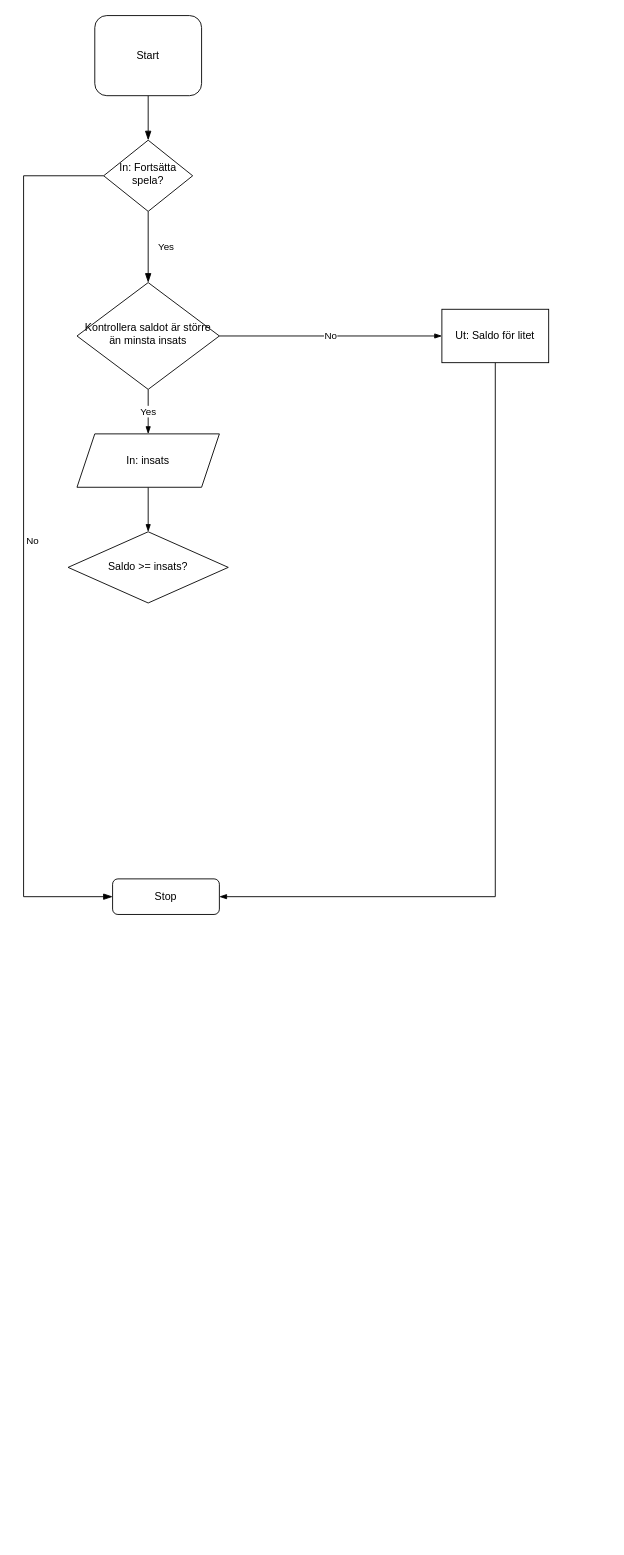
RogerJohanssonITHS/Grunderna-Cpp keeps this draw.io diagram as Inluppgifter/Roulette/Flowchart_inl1.drawio. Above is the earlier version. Source tidied: cells renumbered, new cells numbered last; positions are measured from the earlier drawing's top-left corner, leaving out a move shared by most shapes. Both pictures are drawn from the tidied source at 89%, with x=0, y=0 at pixel (23, 15).
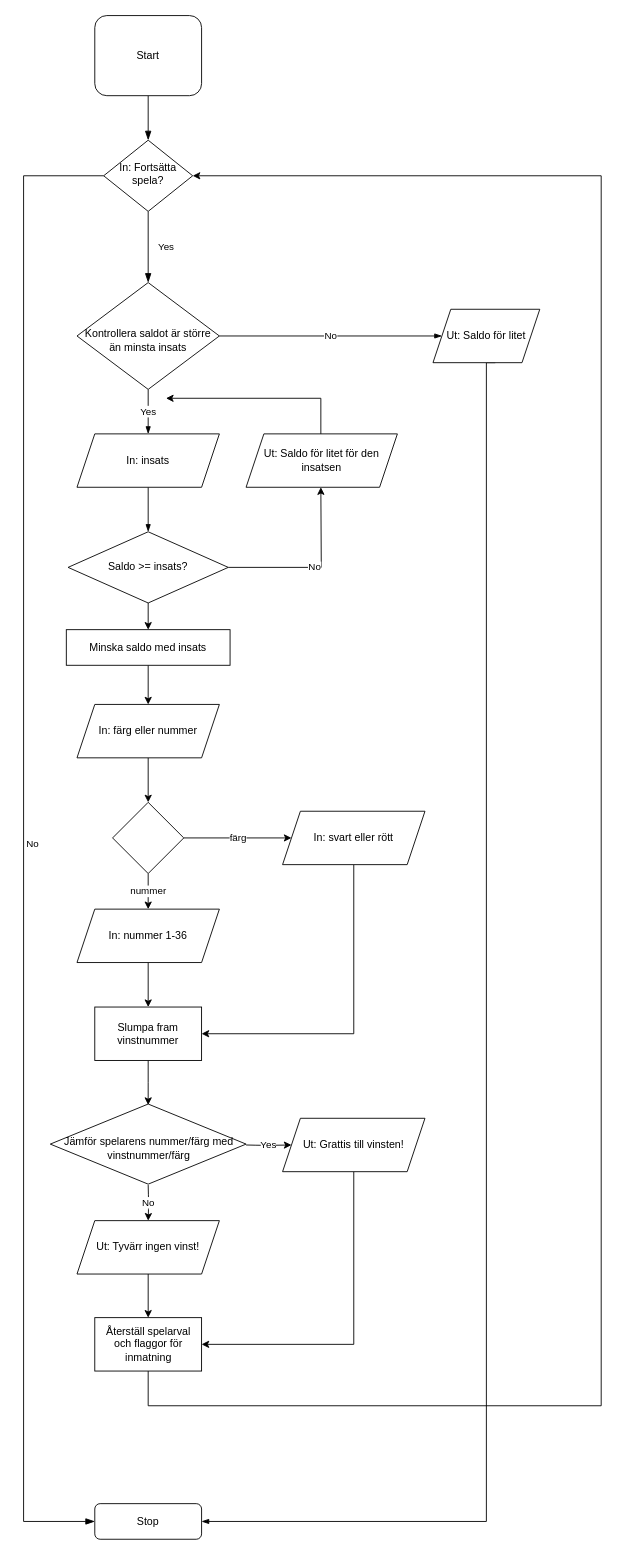
Above is the later version.

Unchanged cells that the change refers to:
```xml
<mxCell id="6" value="In: Fortsätta spela?" style="rhombus;whiteSpace=wrap;html=1;shadow=0;fontFamily=Helvetica;fontSize=12;align=center;strokeWidth=1;spacing=6;spacingTop=-4;" parent="1" vertex="1">
  <mxGeometry x="90" y="140" width="100" height="80" as="geometry" />
</mxCell>
<mxCell id="15" value="&lt;span&gt;Saldo &amp;gt;= insats?&lt;/span&gt;" style="rhombus;whiteSpace=wrap;html=1;" parent="1" vertex="1">
  <mxGeometry x="50" y="580" width="180" height="80" as="geometry" />
</mxCell>
```

Diff of the diagram source:
```diff
@@
     <mxCell id="5" value="No" style="edgeStyle=orthogonalEdgeStyle;rounded=0;html=1;jettySize=auto;fontSize=11;endArrow=blockThin;endFill=1;endSize=8;strokeWidth=1;shadow=0;labelBackgroundColor=none;exitX=0;exitY=0.5;exitDx=0;exitDy=0;entryX=0;entryY=0.5;entryDx=0;entryDy=0;" parent="1" edge="1" source="6" target="10">
       <mxGeometry y="10" relative="1" as="geometry">
         <Array as="points">
           <mxPoint y="180" />
-          <mxPoint y="990" />
+          <mxPoint y="1692" />
         </Array>
       </mxGeometry>
     </mxCell>
@@
-    <mxCell id="7" value="No" style="edgeStyle=orthogonalEdgeStyle;rounded=0;jettySize=auto;html=1;exitX=1;exitY=0.5;exitDx=0;exitDy=0;entryX=0;entryY=0.5;entryDx=0;entryDy=0;endArrow=blockThin;endFill=1;" parent="1" edge="1" source="9" target="12">
-      <mxGeometry relative="1" as="geometry" />
+    <mxCell id="7" value="No" style="edgeStyle=orthogonalEdgeStyle;rounded=0;jettySize=auto;html=1;exitX=1;exitY=0.5;exitDx=0;exitDy=0;entryX=0;entryY=0.5;entryDx=0;entryDy=0;endArrow=blockThin;endFill=1;" parent="1" edge="1" source="9">
+      <mxGeometry relative="1" as="geometry">
+        <mxPoint x="470" y="360" as="targetPoint" />
+      </mxGeometry>
     </mxCell>
@@
-    <mxCell id="9" value="Kontrollera saldot är större än minsta insats" style="rhombus;whiteSpace=wrap;html=1;shadow=0;fontFamily=Helvetica;fontSize=12;align=center;strokeWidth=1;spacing=6;spacingTop=-4;" parent="1" vertex="1">
+    <mxCell id="9" value="Kontrollera saldot är större än minsta insats" style="rhombus;whiteSpace=wrap;html=1;shadow=0;fontFamily=Helvetica;fontSize=12;align=center;strokeWidth=1;spacing=6;spacingTop=10;" parent="1" vertex="1">
       <mxGeometry x="60" y="300" width="160" height="120" as="geometry" />
     </mxCell>
     <mxCell id="10" value="Stop" style="rounded=1;whiteSpace=wrap;html=1;fontSize=12;glass=0;strokeWidth=1;shadow=0;" parent="1" vertex="1">
-      <mxGeometry x="100" y="970" width="120" height="40" as="geometry" />
+      <mxGeometry x="80" y="1672" width="120" height="40" as="geometry" />
     </mxCell>
-    <mxCell id="11" style="edgeStyle=orthogonalEdgeStyle;rounded=0;jettySize=auto;html=1;entryX=1;entryY=0.5;entryDx=0;entryDy=0;endArrow=blockThin;endFill=1;" parent="1" edge="1" source="12" target="10">
+    <mxCell id="11" style="edgeStyle=orthogonalEdgeStyle;rounded=0;jettySize=auto;html=1;entryX=1;entryY=0.5;entryDx=0;entryDy=0;endArrow=blockThin;endFill=1;" parent="1" edge="1" target="10">
       <mxGeometry relative="1" as="geometry">
+        <mxPoint x="530" y="390" as="sourcePoint" />
         <Array as="points">
-          <mxPoint x="530" y="990" />
+          <mxPoint x="520" y="390" />
+          <mxPoint x="520" y="1692" />
         </Array>
       </mxGeometry>
     </mxCell>
-    <mxCell id="12" value="Ut: Saldo för litet" style="rounded=0;whiteSpace=wrap;html=1;" parent="1" vertex="1">
-      <mxGeometry x="470" y="330" width="120" height="60" as="geometry" />
-    </mxCell>
@@
+    <mxCell id="16" value="No" style="edgeStyle=orthogonalEdgeStyle;rounded=0;jettySize=auto;html=1;exitX=1;exitY=0.5;exitDx=0;exitDy=0;entryX=0.5;entryY=1;entryDx=0;entryDy=0;" parent="1" edge="1" source="15">
+      <mxGeometry relative="1" as="geometry">
+        <mxPoint x="334" y="530" as="targetPoint" />
+      </mxGeometry>
+    </mxCell>
+    <mxCell id="17" style="edgeStyle=orthogonalEdgeStyle;curved=0;rounded=1;sketch=0;jettySize=auto;html=1;exitX=0.5;exitY=1;exitDx=0;exitDy=0;entryX=0.5;entryY=0;entryDx=0;entryDy=0;" parent="1" edge="1" source="15" target="41">
+      <mxGeometry relative="1" as="geometry" />
+    </mxCell>
@@
+    <mxCell id="18" style="edgeStyle=orthogonalEdgeStyle;rounded=0;orthogonalLoop=1;jettySize=auto;html=1;" parent="1" edge="1">
+      <mxGeometry relative="1" as="geometry">
+        <mxPoint x="334" y="470" as="sourcePoint" />
+        <mxPoint x="160" y="430" as="targetPoint" />
+        <Array as="points">
+          <mxPoint x="334" y="430" />
+        </Array>
+      </mxGeometry>
+    </mxCell>
+    <mxCell id="19" value="&lt;span style=&quot;&quot;&gt;Ut: Saldo för litet för den insatsen&lt;/span&gt;" style="shape=parallelogram;perimeter=parallelogramPerimeter;whiteSpace=wrap;html=1;fixedSize=1;" parent="1" vertex="1">
+      <mxGeometry x="250" y="470" width="170" height="60" as="geometry" />
+    </mxCell>
+    <mxCell id="12" value="&lt;span style=&quot;&quot;&gt;Ut: Saldo för litet&lt;/span&gt;" style="shape=parallelogram;perimeter=parallelogramPerimeter;whiteSpace=wrap;html=1;fixedSize=1;" parent="1" vertex="1">
+      <mxGeometry x="460" y="330" width="120" height="60" as="geometry" />
+    </mxCell>
+    <mxCell id="20" style="edgeStyle=orthogonalEdgeStyle;rounded=0;jettySize=auto;html=1;exitX=0.5;exitY=1;exitDx=0;exitDy=0;entryX=0.5;entryY=0;entryDx=0;entryDy=0;" parent="1" edge="1" source="21" target="24">
+      <mxGeometry relative="1" as="geometry" />
+    </mxCell>
+    <mxCell id="21" value="&lt;span style=&quot;&quot;&gt;In: färg eller nummer&lt;/span&gt;" style="shape=parallelogram;perimeter=parallelogramPerimeter;whiteSpace=wrap;html=1;fixedSize=1;" parent="1" vertex="1">
+      <mxGeometry x="60" y="774" width="160" height="60" as="geometry" />
+    </mxCell>
+    <mxCell id="22" value="färg" style="edgeStyle=orthogonalEdgeStyle;rounded=0;jettySize=auto;html=1;exitX=1;exitY=0.5;exitDx=0;exitDy=0;entryX=0;entryY=0.5;entryDx=0;entryDy=0;" parent="1" edge="1" source="24" target="26">
+      <mxGeometry relative="1" as="geometry" />
+    </mxCell>
+    <mxCell id="23" value="nummer" style="edgeStyle=orthogonalEdgeStyle;rounded=0;jettySize=auto;html=1;exitX=0.5;exitY=1;exitDx=0;exitDy=0;entryX=0.5;entryY=0;entryDx=0;entryDy=0;" parent="1" edge="1" source="24" target="28">
+      <mxGeometry relative="1" as="geometry" />
+    </mxCell>
+    <mxCell id="24" style="rhombus;whiteSpace=wrap;html=1;" parent="1" vertex="1">
+      <mxGeometry x="100" y="884" width="80" height="80" as="geometry" />
+    </mxCell>
+    <mxCell id="25" style="edgeStyle=orthogonalEdgeStyle;rounded=0;jettySize=auto;html=1;entryX=1;entryY=0.5;entryDx=0;entryDy=0;exitX=0.5;exitY=1;exitDx=0;exitDy=0;" parent="1" edge="1" source="26" target="30">
+      <mxGeometry relative="1" as="geometry">
+        <Array as="points">
+          <mxPoint x="371" y="1144" />
+        </Array>
+      </mxGeometry>
+    </mxCell>
+    <mxCell id="26" value="&lt;span style=&quot;&quot;&gt;In: svart eller rött&lt;/span&gt;" style="shape=parallelogram;perimeter=parallelogramPerimeter;whiteSpace=wrap;html=1;fixedSize=1;" parent="1" vertex="1">
+      <mxGeometry x="291" y="894" width="160" height="60" as="geometry" />
+    </mxCell>
+    <mxCell id="27" style="edgeStyle=orthogonalEdgeStyle;rounded=0;jettySize=auto;html=1;exitX=0.5;exitY=1;exitDx=0;exitDy=0;entryX=0.5;entryY=0;entryDx=0;entryDy=0;" parent="1" edge="1" source="28" target="30">
+      <mxGeometry relative="1" as="geometry" />
+    </mxCell>
+    <mxCell id="28" value="&lt;span style=&quot;&quot;&gt;In: nummer 1-36&lt;/span&gt;" style="shape=parallelogram;perimeter=parallelogramPerimeter;whiteSpace=wrap;html=1;fixedSize=1;" parent="1" vertex="1">
+      <mxGeometry x="60" y="1004" width="160" height="60" as="geometry" />
+    </mxCell>
+    <mxCell id="29" style="edgeStyle=orthogonalEdgeStyle;rounded=0;jettySize=auto;html=1;exitX=0.5;exitY=1;exitDx=0;exitDy=0;entryX=0.5;entryY=0;entryDx=0;entryDy=0;" parent="1" edge="1" source="30">
+      <mxGeometry relative="1" as="geometry">
+        <mxPoint x="140" y="1224" as="targetPoint" />
+      </mxGeometry>
+    </mxCell>
+    <mxCell id="30" value="Slumpa fram vinstnummer" style="rounded=0;whiteSpace=wrap;html=1;" parent="1" vertex="1">
+      <mxGeometry x="80" y="1114" width="120" height="60" as="geometry" />
+    </mxCell>
+    <mxCell id="31" value="Yes" style="edgeStyle=orthogonalEdgeStyle;curved=0;rounded=1;sketch=0;jettySize=auto;html=1;exitX=1;exitY=0.5;exitDx=0;exitDy=0;entryX=0;entryY=0.5;entryDx=0;entryDy=0;" parent="1" edge="1" target="35">
+      <mxGeometry relative="1" as="geometry">
+        <mxPoint x="250" y="1269" as="sourcePoint" />
+      </mxGeometry>
+    </mxCell>
+    <mxCell id="32" value="No" style="edgeStyle=orthogonalEdgeStyle;curved=0;rounded=1;sketch=0;jettySize=auto;html=1;exitX=0.5;exitY=1;exitDx=0;exitDy=0;" parent="1" edge="1" target="37">
+      <mxGeometry relative="1" as="geometry">
+        <mxPoint x="140" y="1314" as="sourcePoint" />
+      </mxGeometry>
+    </mxCell>
+    <mxCell id="33" value="Jämför spelarens nummer/färg med vinstnummer/färg" style="rhombus;whiteSpace=wrap;html=1;spacingTop=10;spacing=2;spacingLeft=12;spacingRight=10;" parent="1" vertex="1">
+      <mxGeometry x="30" y="1223" width="220" height="90" as="geometry" />
+    </mxCell>
+    <mxCell id="34" style="edgeStyle=orthogonalEdgeStyle;rounded=0;sketch=0;jettySize=auto;html=1;exitX=0.5;exitY=1;exitDx=0;exitDy=0;entryX=1;entryY=0.5;entryDx=0;entryDy=0;" parent="1" edge="1" source="35" target="39">
+      <mxGeometry relative="1" as="geometry" />
+    </mxCell>
+    <mxCell id="35" value="&lt;span style=&quot;&quot;&gt;Ut: Grattis till vinsten!&lt;/span&gt;" style="shape=parallelogram;perimeter=parallelogramPerimeter;whiteSpace=wrap;html=1;fixedSize=1;" parent="1" vertex="1">
+      <mxGeometry x="291" y="1239" width="160" height="60" as="geometry" />
+    </mxCell>
+    <mxCell id="36" style="edgeStyle=orthogonalEdgeStyle;curved=0;rounded=1;sketch=0;jettySize=auto;html=1;exitX=0.5;exitY=1;exitDx=0;exitDy=0;entryX=0.5;entryY=0;entryDx=0;entryDy=0;" parent="1" edge="1" source="37" target="39">
+      <mxGeometry relative="1" as="geometry" />
+    </mxCell>
+    <mxCell id="37" value="&lt;span style=&quot;&quot;&gt;Ut: Tyvärr ingen vinst!&lt;/span&gt;" style="shape=parallelogram;perimeter=parallelogramPerimeter;whiteSpace=wrap;html=1;fixedSize=1;" parent="1" vertex="1">
+      <mxGeometry x="60" y="1354" width="160" height="60" as="geometry" />
+    </mxCell>
+    <mxCell id="38" style="edgeStyle=orthogonalEdgeStyle;rounded=0;sketch=0;jettySize=auto;html=1;entryX=1;entryY=0.5;entryDx=0;entryDy=0;" parent="1" edge="1" source="39" target="6">
+      <mxGeometry relative="1" as="geometry">
+        <Array as="points">
+          <mxPoint x="140" y="1562" />
+          <mxPoint x="649" y="1562" />
+          <mxPoint x="649" y="180" />
+        </Array>
+      </mxGeometry>
+    </mxCell>
+    <mxCell id="39" value="Återställ spelarval och flaggor för inmatning" style="rounded=0;whiteSpace=wrap;html=1;sketch=0;spacingLeft=1;" parent="1" vertex="1">
+      <mxGeometry x="80" y="1463" width="120" height="60" as="geometry" />
+    </mxCell>
+    <mxCell id="40" style="edgeStyle=orthogonalEdgeStyle;curved=0;rounded=1;sketch=0;jettySize=auto;html=1;exitX=0.5;exitY=1;exitDx=0;exitDy=0;entryX=0.5;entryY=0;entryDx=0;entryDy=0;" parent="1" edge="1" source="41" target="21">
+      <mxGeometry relative="1" as="geometry" />
+    </mxCell>
+    <mxCell id="41" value="Minska saldo med insats" style="rounded=0;whiteSpace=wrap;html=1;sketch=0;" parent="1" vertex="1">
+      <mxGeometry x="48" y="690" width="184" height="40" as="geometry" />
+    </mxCell>
```
